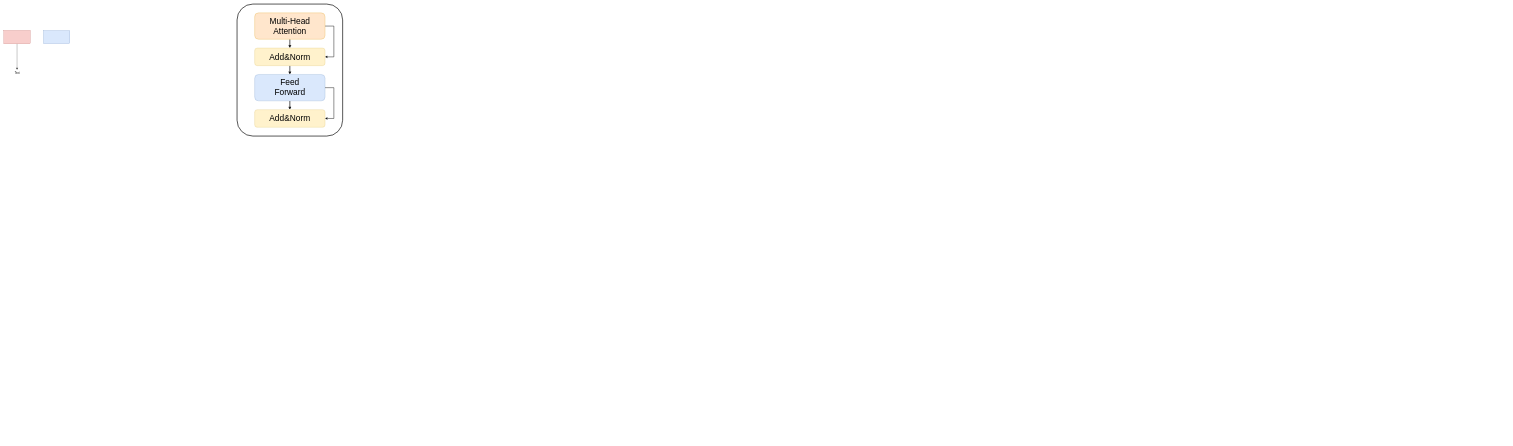
Above: plot.drawio in paprika0741/Plot (draw.io), before the change. Source tidied: cells renumbered, new cells numbered last; positions are measured from the earlier drawing's top-left corner, leaving out a move shared by most shapes. Both pictures are drawn from the tidied source at 22%, with x=0, y=0 at pixel (4, 4).
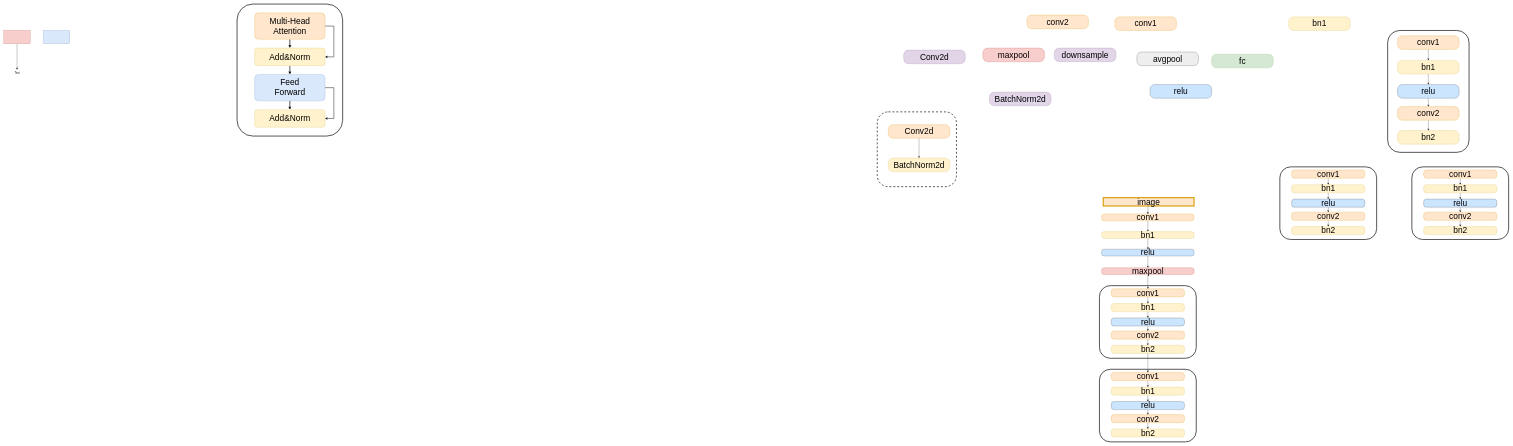
The same page after the edit.

Diff of the diagram source:
```diff
@@
+    <mxCell id="16" style="rounded=1;whiteSpace=wrap;html=1;fillColor=none;strokeWidth=3;" parent="1" vertex="1">
+      <mxGeometry x="6290" y="120" width="370" height="554" as="geometry" />
+    </mxCell>
@@
+    <mxCell id="17" style="rounded=1;whiteSpace=wrap;html=1;fillColor=none;strokeWidth=3;dashed=1;" parent="1" vertex="1">
+      <mxGeometry x="3970" y="490" width="360" height="340" as="geometry" />
+    </mxCell>
+    <mxCell id="18" value="&lt;font style=&quot;font-size: 38px;&quot;&gt;conv1&lt;/font&gt;" style="rounded=1;whiteSpace=wrap;html=1;fillColor=#ffe6cc;strokeColor=#d79b00;arcSize=35;rotation=0;" parent="1" vertex="1">
+      <mxGeometry x="5050" y="58" width="280" height="62" as="geometry" />
+    </mxCell>
+    <mxCell id="19" value="&lt;font style=&quot;font-size: 38px;&quot;&gt;conv2&lt;/font&gt;" style="rounded=1;whiteSpace=wrap;html=1;fillColor=#ffe6cc;strokeColor=#d79b00;arcSize=35;rotation=0;" parent="1" vertex="1">
+      <mxGeometry x="4650" y="50" width="280" height="62" as="geometry" />
+    </mxCell>
+    <mxCell id="20" value="&lt;span style=&quot;font-size: 38px;&quot;&gt;bn1&lt;/span&gt;" style="rounded=1;whiteSpace=wrap;html=1;fillColor=#fff2cc;strokeColor=#d6b656;arcSize=35;rotation=0;" parent="1" vertex="1">
+      <mxGeometry x="5840" y="58" width="280" height="62" as="geometry" />
+    </mxCell>
+    <mxCell id="21" value="&lt;span style=&quot;font-size: 38px;&quot;&gt;bn2&lt;/span&gt;" style="rounded=1;whiteSpace=wrap;html=1;fillColor=#fff2cc;strokeColor=#d6b656;arcSize=35;rotation=0;" parent="1" vertex="1">
+      <mxGeometry x="6335" y="575" width="280" height="62" as="geometry" />
+    </mxCell>
+    <mxCell id="22" value="&lt;span style=&quot;font-size: 38px;&quot;&gt;maxpool&lt;/span&gt;" style="rounded=1;whiteSpace=wrap;html=1;fillColor=#f8cecc;strokeColor=#b85450;arcSize=35;rotation=0;" parent="1" vertex="1">
+      <mxGeometry x="4450" y="200" width="280" height="62" as="geometry" />
+    </mxCell>
+    <mxCell id="23" value="&lt;font style=&quot;font-size: 38px;&quot;&gt;downsample&lt;/font&gt;" style="rounded=1;whiteSpace=wrap;html=1;fillColor=#e1d5e7;strokeColor=#9673a6;arcSize=35;rotation=0;" parent="1" vertex="1">
+      <mxGeometry x="4775" y="200" width="280" height="62" as="geometry" />
+    </mxCell>
+    <mxCell id="24" style="edgeStyle=orthogonalEdgeStyle;rounded=0;jettySize=auto;html=1;exitX=0.5;exitY=1;exitDx=0;exitDy=0;entryX=0.5;entryY=0;entryDx=0;entryDy=0;fontFamily=Helvetica;fontSize=12;fontColor=default;" parent="1" edge="1" source="25" target="26">
+      <mxGeometry relative="1" as="geometry" />
+    </mxCell>
+    <mxCell id="25" value="&lt;span style=&quot;font-size: 38px;&quot;&gt;Conv2d&lt;/span&gt;" style="rounded=1;whiteSpace=wrap;html=1;fillColor=#ffe6cc;strokeColor=#d79b00;arcSize=35;rotation=0;" parent="1" vertex="1">
+      <mxGeometry x="4020" y="548" width="280" height="62" as="geometry" />
+    </mxCell>
+    <mxCell id="26" value="&lt;span style=&quot;font-size: 38px;&quot;&gt;BatchNorm2d&lt;/span&gt;" style="rounded=1;whiteSpace=wrap;html=1;fillColor=#fff2cc;strokeColor=#d6b656;arcSize=35;rotation=0;" parent="1" vertex="1">
+      <mxGeometry x="4020" y="700" width="280" height="62" as="geometry" />
+    </mxCell>
+    <mxCell id="27" value="&lt;span style=&quot;font-size: 38px;&quot;&gt;avgpool&lt;/span&gt;" style="rounded=1;whiteSpace=wrap;html=1;fillColor=#eeeeee;strokeColor=#36393d;arcSize=35;rotation=0;" parent="1" vertex="1">
+      <mxGeometry x="5150" y="218" width="280" height="62" as="geometry" />
+    </mxCell>
+    <mxCell id="28" value="&lt;span style=&quot;font-size: 38px;&quot;&gt;fc&lt;/span&gt;" style="rounded=1;whiteSpace=wrap;html=1;fillColor=#d5e8d4;strokeColor=#82b366;arcSize=35;rotation=0;" parent="1" vertex="1">
+      <mxGeometry x="5490" y="228" width="280" height="62" as="geometry" />
+    </mxCell>
+    <mxCell id="29" value="&lt;span style=&quot;font-size: 38px;&quot;&gt;Conv2d&lt;/span&gt;" style="rounded=1;whiteSpace=wrap;html=1;fillColor=#e1d5e7;strokeColor=#9673a6;arcSize=35;rotation=0;" parent="1" vertex="1">
+      <mxGeometry x="4090" y="209" width="280" height="62" as="geometry" />
+    </mxCell>
+    <mxCell id="30" value="&lt;span style=&quot;font-size: 38px;&quot;&gt;BatchNorm2d&lt;/span&gt;" style="rounded=1;whiteSpace=wrap;html=1;fillColor=#e1d5e7;strokeColor=#9673a6;arcSize=35;rotation=0;" parent="1" vertex="1">
+      <mxGeometry x="4480" y="400" width="280" height="62" as="geometry" />
+    </mxCell>
+    <mxCell id="31" style="edgeStyle=orthogonalEdgeStyle;rounded=0;jettySize=auto;html=1;exitX=0.5;exitY=1;exitDx=0;exitDy=0;entryX=0.5;entryY=0;entryDx=0;entryDy=0;fontFamily=Helvetica;fontSize=12;fontColor=default;" parent="1" edge="1" source="32" target="34">
+      <mxGeometry relative="1" as="geometry" />
+    </mxCell>
+    <mxCell id="32" value="&lt;font style=&quot;font-size: 38px;&quot;&gt;conv1&lt;/font&gt;" style="rounded=1;whiteSpace=wrap;html=1;fillColor=#ffe6cc;strokeColor=#d79b00;arcSize=35;rotation=0;" parent="1" vertex="1">
+      <mxGeometry x="6335" y="144" width="280" height="62" as="geometry" />
+    </mxCell>
+    <mxCell id="33" style="edgeStyle=orthogonalEdgeStyle;rounded=0;jettySize=auto;html=1;exitX=0.5;exitY=1;exitDx=0;exitDy=0;entryX=0.5;entryY=0;entryDx=0;entryDy=0;fontFamily=Helvetica;fontSize=12;fontColor=default;" parent="1" edge="1" source="34" target="38">
+      <mxGeometry relative="1" as="geometry" />
+    </mxCell>
+    <mxCell id="34" value="&lt;span style=&quot;font-size: 38px;&quot;&gt;bn1&lt;/span&gt;" style="rounded=1;whiteSpace=wrap;html=1;fillColor=#fff2cc;strokeColor=#d6b656;arcSize=35;rotation=0;" parent="1" vertex="1">
+      <mxGeometry x="6335" y="256" width="280" height="62" as="geometry" />
+    </mxCell>
+    <mxCell id="35" style="edgeStyle=orthogonalEdgeStyle;rounded=0;jettySize=auto;html=1;exitX=0.5;exitY=1;exitDx=0;exitDy=0;entryX=0.5;entryY=0;entryDx=0;entryDy=0;fontFamily=Helvetica;fontSize=12;fontColor=default;" parent="1" edge="1" source="36" target="21">
+      <mxGeometry relative="1" as="geometry" />
+    </mxCell>
+    <mxCell id="36" value="&lt;font style=&quot;font-size: 38px;&quot;&gt;conv2&lt;/font&gt;" style="rounded=1;whiteSpace=wrap;html=1;fillColor=#ffe6cc;strokeColor=#d79b00;arcSize=35;rotation=0;" parent="1" vertex="1">
+      <mxGeometry x="6335" y="466" width="280" height="62" as="geometry" />
+    </mxCell>
+    <mxCell id="37" style="edgeStyle=orthogonalEdgeStyle;rounded=0;jettySize=auto;html=1;exitX=0.5;exitY=1;exitDx=0;exitDy=0;entryX=0.5;entryY=0;entryDx=0;entryDy=0;fontFamily=Helvetica;fontSize=12;fontColor=default;" parent="1" edge="1" source="38" target="36">
+      <mxGeometry relative="1" as="geometry" />
+    </mxCell>
+    <mxCell id="38" value="&lt;span style=&quot;font-size: 38px;&quot;&gt;relu&lt;/span&gt;" style="rounded=1;whiteSpace=wrap;html=1;fillColor=#cce5ff;strokeColor=#36393d;arcSize=35;rotation=0;" parent="1" vertex="1">
+      <mxGeometry x="6335" y="366" width="280" height="62" as="geometry" />
+    </mxCell>
+    <mxCell id="39" style="group;" parent="1" vertex="1">
+      <mxGeometry x="5800" y="740" width="440" height="330" as="geometry" />
+    </mxCell>
+    <mxCell id="40" style="rounded=1;whiteSpace=wrap;html=1;fillColor=none;strokeWidth=3;" parent="39" vertex="1">
+      <mxGeometry width="440" height="330" as="geometry" />
+    </mxCell>
+    <mxCell id="41" value="&lt;span style=&quot;font-size: 38px;&quot;&gt;bn2&lt;/span&gt;" style="rounded=1;whiteSpace=wrap;html=1;fillColor=#fff2cc;strokeColor=#d6b656;arcSize=35;rotation=0;" parent="39" vertex="1">
+      <mxGeometry x="53.5" y="271" width="333" height="36.9" as="geometry" />
+    </mxCell>
+    <mxCell id="42" style="edgeStyle=orthogonalEdgeStyle;rounded=0;jettySize=auto;html=1;exitX=0.5;exitY=1;exitDx=0;exitDy=0;entryX=0.5;entryY=0;entryDx=0;entryDy=0;fontFamily=Helvetica;fontSize=12;fontColor=default;" parent="39" edge="1" source="43" target="45">
+      <mxGeometry relative="1" as="geometry" />
+    </mxCell>
+    <mxCell id="43" value="&lt;font style=&quot;font-size: 38px;&quot;&gt;conv1&lt;/font&gt;" style="rounded=1;whiteSpace=wrap;html=1;fillColor=#ffe6cc;strokeColor=#d79b00;arcSize=35;rotation=0;" parent="39" vertex="1">
+      <mxGeometry x="53.5" y="14.3" width="333" height="36.9" as="geometry" />
+    </mxCell>
+    <mxCell id="44" style="edgeStyle=orthogonalEdgeStyle;rounded=0;jettySize=auto;html=1;exitX=0.5;exitY=1;exitDx=0;exitDy=0;entryX=0.5;entryY=0;entryDx=0;entryDy=0;fontFamily=Helvetica;fontSize=12;fontColor=default;" parent="39" edge="1" source="45" target="49">
+      <mxGeometry relative="1" as="geometry" />
+    </mxCell>
+    <mxCell id="45" value="&lt;span style=&quot;font-size: 38px;&quot;&gt;bn1&lt;/span&gt;" style="rounded=1;whiteSpace=wrap;html=1;fillColor=#fff2cc;strokeColor=#d6b656;arcSize=35;rotation=0;" parent="39" vertex="1">
+      <mxGeometry x="53.5" y="81" width="333" height="36.9" as="geometry" />
+    </mxCell>
+    <mxCell id="46" style="edgeStyle=orthogonalEdgeStyle;rounded=0;jettySize=auto;html=1;exitX=0.5;exitY=1;exitDx=0;exitDy=0;entryX=0.5;entryY=0;entryDx=0;entryDy=0;fontFamily=Helvetica;fontSize=12;fontColor=default;" parent="39" edge="1" source="47" target="41">
+      <mxGeometry relative="1" as="geometry" />
+    </mxCell>
+    <mxCell id="47" value="&lt;font style=&quot;font-size: 38px;&quot;&gt;conv2&lt;/font&gt;" style="rounded=1;whiteSpace=wrap;html=1;fillColor=#ffe6cc;strokeColor=#d79b00;arcSize=35;rotation=0;" parent="39" vertex="1">
+      <mxGeometry x="53.5" y="206.1" width="333" height="36.9" as="geometry" />
+    </mxCell>
+    <mxCell id="48" style="edgeStyle=orthogonalEdgeStyle;rounded=0;jettySize=auto;html=1;exitX=0.5;exitY=1;exitDx=0;exitDy=0;entryX=0.5;entryY=0;entryDx=0;entryDy=0;fontFamily=Helvetica;fontSize=12;fontColor=default;" parent="39" edge="1" source="49" target="47">
+      <mxGeometry relative="1" as="geometry" />
+    </mxCell>
+    <mxCell id="49" value="&lt;span style=&quot;font-size: 38px;&quot;&gt;relu&lt;/span&gt;" style="rounded=1;whiteSpace=wrap;html=1;fillColor=#cce5ff;strokeColor=#36393d;arcSize=35;rotation=0;" parent="39" vertex="1">
+      <mxGeometry x="53.5" y="146.5" width="333" height="36.9" as="geometry" />
+    </mxCell>
+    <mxCell id="50" style="group;" parent="1" vertex="1">
+      <mxGeometry x="6400" y="740" width="440" height="330" as="geometry" />
+    </mxCell>
+    <mxCell id="51" style="rounded=1;whiteSpace=wrap;html=1;fillColor=none;strokeWidth=3;" parent="50" vertex="1">
+      <mxGeometry width="440" height="330" as="geometry" />
+    </mxCell>
+    <mxCell id="52" value="&lt;span style=&quot;font-size: 38px;&quot;&gt;bn2&lt;/span&gt;" style="rounded=1;whiteSpace=wrap;html=1;fillColor=#fff2cc;strokeColor=#d6b656;arcSize=35;rotation=0;" parent="50" vertex="1">
+      <mxGeometry x="53.5" y="271" width="333" height="36.9" as="geometry" />
+    </mxCell>
+    <mxCell id="53" style="edgeStyle=orthogonalEdgeStyle;rounded=0;jettySize=auto;html=1;exitX=0.5;exitY=1;exitDx=0;exitDy=0;entryX=0.5;entryY=0;entryDx=0;entryDy=0;fontFamily=Helvetica;fontSize=12;fontColor=default;" parent="50" edge="1" source="54" target="56">
+      <mxGeometry relative="1" as="geometry" />
+    </mxCell>
+    <mxCell id="54" value="&lt;font style=&quot;font-size: 38px;&quot;&gt;conv1&lt;/font&gt;" style="rounded=1;whiteSpace=wrap;html=1;fillColor=#ffe6cc;strokeColor=#d79b00;arcSize=35;rotation=0;" parent="50" vertex="1">
+      <mxGeometry x="53.5" y="14.3" width="333" height="36.9" as="geometry" />
+    </mxCell>
+    <mxCell id="55" style="edgeStyle=orthogonalEdgeStyle;rounded=0;jettySize=auto;html=1;exitX=0.5;exitY=1;exitDx=0;exitDy=0;entryX=0.5;entryY=0;entryDx=0;entryDy=0;fontFamily=Helvetica;fontSize=12;fontColor=default;" parent="50" edge="1" source="56" target="60">
+      <mxGeometry relative="1" as="geometry" />
+    </mxCell>
+    <mxCell id="56" value="&lt;span style=&quot;font-size: 38px;&quot;&gt;bn1&lt;/span&gt;" style="rounded=1;whiteSpace=wrap;html=1;fillColor=#fff2cc;strokeColor=#d6b656;arcSize=35;rotation=0;" parent="50" vertex="1">
+      <mxGeometry x="53.5" y="81" width="333" height="36.9" as="geometry" />
+    </mxCell>
+    <mxCell id="57" style="edgeStyle=orthogonalEdgeStyle;rounded=0;jettySize=auto;html=1;exitX=0.5;exitY=1;exitDx=0;exitDy=0;entryX=0.5;entryY=0;entryDx=0;entryDy=0;fontFamily=Helvetica;fontSize=12;fontColor=default;" parent="50" edge="1" source="58" target="52">
+      <mxGeometry relative="1" as="geometry" />
+    </mxCell>
+    <mxCell id="58" value="&lt;font style=&quot;font-size: 38px;&quot;&gt;conv2&lt;/font&gt;" style="rounded=1;whiteSpace=wrap;html=1;fillColor=#ffe6cc;strokeColor=#d79b00;arcSize=35;rotation=0;" parent="50" vertex="1">
+      <mxGeometry x="53.5" y="206.1" width="333" height="36.9" as="geometry" />
+    </mxCell>
+    <mxCell id="59" style="edgeStyle=orthogonalEdgeStyle;rounded=0;jettySize=auto;html=1;exitX=0.5;exitY=1;exitDx=0;exitDy=0;entryX=0.5;entryY=0;entryDx=0;entryDy=0;fontFamily=Helvetica;fontSize=12;fontColor=default;" parent="50" edge="1" source="60" target="58">
+      <mxGeometry relative="1" as="geometry" />
+    </mxCell>
+    <mxCell id="60" value="&lt;span style=&quot;font-size: 38px;&quot;&gt;relu&lt;/span&gt;" style="rounded=1;whiteSpace=wrap;html=1;fillColor=#cce5ff;strokeColor=#36393d;arcSize=35;rotation=0;" parent="50" vertex="1">
+      <mxGeometry x="53.5" y="146.5" width="333" height="36.9" as="geometry" />
+    </mxCell>
+    <mxCell id="61" value="&lt;span style=&quot;font-size: 38px;&quot;&gt;relu&lt;/span&gt;" style="rounded=1;whiteSpace=wrap;html=1;fillColor=#cce5ff;strokeColor=#36393d;arcSize=35;rotation=0;" parent="1" vertex="1">
+      <mxGeometry x="5210" y="366" width="280" height="62" as="geometry" />
+    </mxCell>
+    <mxCell id="62" style="group;rotation=0;" parent="1" vertex="1">
+      <mxGeometry x="4990" y="880" width="420" height="350" as="geometry" />
+    </mxCell>
+    <mxCell id="63" style="edgeStyle=orthogonalEdgeStyle;rounded=0;jettySize=auto;html=1;exitX=0.5;exitY=1;exitDx=0;exitDy=0;fontFamily=Helvetica;fontSize=12;fontColor=default;" parent="62" edge="1" source="64" target="66">
+      <mxGeometry relative="1" as="geometry" />
+    </mxCell>
+    <mxCell id="64" value="&lt;font style=&quot;font-size: 38px;&quot;&gt;conv1&lt;/font&gt;" style="rounded=1;whiteSpace=wrap;html=1;fillColor=#ffe6cc;strokeColor=#d79b00;arcSize=35;rotation=0;" parent="62" vertex="1">
+      <mxGeometry y="74.3" width="420" height="30.9" as="geometry" />
+    </mxCell>
+    <mxCell id="65" style="edgeStyle=orthogonalEdgeStyle;rounded=0;jettySize=auto;html=1;exitX=0.5;exitY=1;exitDx=0;exitDy=0;fontFamily=Helvetica;fontSize=12;fontColor=default;" parent="62" edge="1" source="66" target="68">
+      <mxGeometry relative="1" as="geometry" />
+    </mxCell>
+    <mxCell id="66" value="&lt;span style=&quot;font-size: 38px;&quot;&gt;bn1&lt;/span&gt;" style="rounded=1;whiteSpace=wrap;html=1;fillColor=#fff2cc;strokeColor=#d6b656;arcSize=35;rotation=0;" parent="62" vertex="1">
+      <mxGeometry y="154.3" width="420" height="30.9" as="geometry" />
+    </mxCell>
+    <mxCell id="67" style="edgeStyle=orthogonalEdgeStyle;rounded=0;jettySize=auto;html=1;exitX=0.5;exitY=1;exitDx=0;exitDy=0;fontFamily=Helvetica;fontSize=12;fontColor=default;" parent="62" edge="1" source="68" target="69">
+      <mxGeometry relative="1" as="geometry" />
+    </mxCell>
+    <mxCell id="68" value="&lt;span style=&quot;font-size: 38px;&quot;&gt;relu&lt;/span&gt;" style="rounded=1;whiteSpace=wrap;html=1;fillColor=#cce5ff;strokeColor=#36393d;arcSize=35;rotation=0;" parent="62" vertex="1">
+      <mxGeometry y="234.3" width="420" height="30.9" as="geometry" />
+    </mxCell>
+    <mxCell id="69" value="&lt;span style=&quot;font-size: 38px;&quot;&gt;maxpool&lt;/span&gt;" style="rounded=1;whiteSpace=wrap;html=1;fillColor=#f8cecc;strokeColor=#b85450;arcSize=35;rotation=0;" parent="62" vertex="1">
+      <mxGeometry y="318.6" width="420" height="30.9" as="geometry" />
+    </mxCell>
+    <mxCell id="70" style="edgeStyle=orthogonalEdgeStyle;rounded=0;jettySize=auto;html=1;exitX=0.5;exitY=1;exitDx=0;exitDy=0;entryX=0.5;entryY=0;entryDx=0;entryDy=0;fontFamily=Helvetica;fontSize=12;fontColor=default;" parent="62" edge="1" source="71" target="64">
+      <mxGeometry relative="1" as="geometry" />
+    </mxCell>
+    <mxCell id="71" value="&lt;font style=&quot;font-size: 38px;&quot;&gt;image&lt;/font&gt;" style="rounded=0;whiteSpace=wrap;html=1;strokeColor=#d79b00;align=center;verticalAlign=middle;arcSize=35;fontFamily=Helvetica;fontSize=12;fontColor=default;fillColor=#ffe6cc;strokeWidth=5;rotation=0;" parent="62" vertex="1">
+      <mxGeometry x="7.3" width="412.7" height="37.8" as="geometry" />
+    </mxCell>
+    <mxCell id="72" style="group;" parent="1" vertex="1">
+      <mxGeometry x="4980" y="1280" width="440" height="330" as="geometry" />
+    </mxCell>
+    <mxCell id="73" style="rounded=1;whiteSpace=wrap;html=1;fillColor=none;strokeWidth=3;" parent="72" vertex="1">
+      <mxGeometry width="440" height="330" as="geometry" />
+    </mxCell>
+    <mxCell id="74" value="&lt;span style=&quot;font-size: 38px;&quot;&gt;bn2&lt;/span&gt;" style="rounded=1;whiteSpace=wrap;html=1;fillColor=#fff2cc;strokeColor=#d6b656;arcSize=35;rotation=0;" parent="72" vertex="1">
+      <mxGeometry x="53.5" y="271" width="333" height="36.9" as="geometry" />
+    </mxCell>
+    <mxCell id="75" style="edgeStyle=orthogonalEdgeStyle;rounded=0;jettySize=auto;html=1;exitX=0.5;exitY=1;exitDx=0;exitDy=0;entryX=0.5;entryY=0;entryDx=0;entryDy=0;fontFamily=Helvetica;fontSize=12;fontColor=default;" parent="72" edge="1" source="76" target="78">
+      <mxGeometry relative="1" as="geometry" />
+    </mxCell>
+    <mxCell id="76" value="&lt;font style=&quot;font-size: 38px;&quot;&gt;conv1&lt;/font&gt;" style="rounded=1;whiteSpace=wrap;html=1;fillColor=#ffe6cc;strokeColor=#d79b00;arcSize=35;rotation=0;" parent="72" vertex="1">
+      <mxGeometry x="53.5" y="14.3" width="333" height="36.9" as="geometry" />
+    </mxCell>
+    <mxCell id="77" style="edgeStyle=orthogonalEdgeStyle;rounded=0;jettySize=auto;html=1;exitX=0.5;exitY=1;exitDx=0;exitDy=0;entryX=0.5;entryY=0;entryDx=0;entryDy=0;fontFamily=Helvetica;fontSize=12;fontColor=default;" parent="72" edge="1" source="78" target="82">
+      <mxGeometry relative="1" as="geometry" />
+    </mxCell>
+    <mxCell id="78" value="&lt;span style=&quot;font-size: 38px;&quot;&gt;bn1&lt;/span&gt;" style="rounded=1;whiteSpace=wrap;html=1;fillColor=#fff2cc;strokeColor=#d6b656;arcSize=35;rotation=0;" parent="72" vertex="1">
+      <mxGeometry x="53.5" y="81" width="333" height="36.9" as="geometry" />
+    </mxCell>
+    <mxCell id="79" style="edgeStyle=orthogonalEdgeStyle;rounded=0;jettySize=auto;html=1;exitX=0.5;exitY=1;exitDx=0;exitDy=0;entryX=0.5;entryY=0;entryDx=0;entryDy=0;fontFamily=Helvetica;fontSize=12;fontColor=default;" parent="72" edge="1" source="80" target="74">
+      <mxGeometry relative="1" as="geometry" />
+    </mxCell>
+    <mxCell id="80" value="&lt;font style=&quot;font-size: 38px;&quot;&gt;conv2&lt;/font&gt;" style="rounded=1;whiteSpace=wrap;html=1;fillColor=#ffe6cc;strokeColor=#d79b00;arcSize=35;rotation=0;" parent="72" vertex="1">
+      <mxGeometry x="53.5" y="206.1" width="333" height="36.9" as="geometry" />
+    </mxCell>
+    <mxCell id="81" style="edgeStyle=orthogonalEdgeStyle;rounded=0;jettySize=auto;html=1;exitX=0.5;exitY=1;exitDx=0;exitDy=0;entryX=0.5;entryY=0;entryDx=0;entryDy=0;fontFamily=Helvetica;fontSize=12;fontColor=default;" parent="72" edge="1" source="82" target="80">
+      <mxGeometry relative="1" as="geometry" />
+    </mxCell>
+    <mxCell id="82" value="&lt;span style=&quot;font-size: 38px;&quot;&gt;relu&lt;/span&gt;" style="rounded=1;whiteSpace=wrap;html=1;fillColor=#cce5ff;strokeColor=#36393d;arcSize=35;rotation=0;" parent="72" vertex="1">
+      <mxGeometry x="53.5" y="146.5" width="333" height="36.9" as="geometry" />
+    </mxCell>
+    <mxCell id="83" style="edgeStyle=orthogonalEdgeStyle;rounded=0;jettySize=auto;html=1;exitX=0.5;exitY=1;exitDx=0;exitDy=0;entryX=0.5;entryY=0;entryDx=0;entryDy=0;fontFamily=Helvetica;fontSize=12;fontColor=default;" parent="1" edge="1" source="69" target="76">
+      <mxGeometry relative="1" as="geometry" />
+    </mxCell>
+    <mxCell id="84" style="group;" parent="1" vertex="1">
+      <mxGeometry x="4980" y="1660" width="440" height="330" as="geometry" />
+    </mxCell>
+    <mxCell id="85" style="rounded=1;whiteSpace=wrap;html=1;fillColor=none;strokeWidth=3;" parent="84" vertex="1">
+      <mxGeometry width="440" height="330" as="geometry" />
+    </mxCell>
+    <mxCell id="86" value="&lt;span style=&quot;font-size: 38px;&quot;&gt;bn2&lt;/span&gt;" style="rounded=1;whiteSpace=wrap;html=1;fillColor=#fff2cc;strokeColor=#d6b656;arcSize=35;rotation=0;" parent="84" vertex="1">
+      <mxGeometry x="53.5" y="271" width="333" height="36.9" as="geometry" />
+    </mxCell>
+    <mxCell id="87" style="edgeStyle=orthogonalEdgeStyle;rounded=0;jettySize=auto;html=1;exitX=0.5;exitY=1;exitDx=0;exitDy=0;entryX=0.5;entryY=0;entryDx=0;entryDy=0;fontFamily=Helvetica;fontSize=12;fontColor=default;" parent="84" edge="1" source="88" target="90">
+      <mxGeometry relative="1" as="geometry" />
+    </mxCell>
+    <mxCell id="88" value="&lt;font style=&quot;font-size: 38px;&quot;&gt;conv1&lt;/font&gt;" style="rounded=1;whiteSpace=wrap;html=1;fillColor=#ffe6cc;strokeColor=#d79b00;arcSize=35;rotation=0;" parent="84" vertex="1">
+      <mxGeometry x="53.5" y="14.3" width="333" height="36.9" as="geometry" />
+    </mxCell>
+    <mxCell id="89" style="edgeStyle=orthogonalEdgeStyle;rounded=0;jettySize=auto;html=1;exitX=0.5;exitY=1;exitDx=0;exitDy=0;entryX=0.5;entryY=0;entryDx=0;entryDy=0;fontFamily=Helvetica;fontSize=12;fontColor=default;" parent="84" edge="1" source="90" target="94">
+      <mxGeometry relative="1" as="geometry" />
+    </mxCell>
+    <mxCell id="90" value="&lt;span style=&quot;font-size: 38px;&quot;&gt;bn1&lt;/span&gt;" style="rounded=1;whiteSpace=wrap;html=1;fillColor=#fff2cc;strokeColor=#d6b656;arcSize=35;rotation=0;" parent="84" vertex="1">
+      <mxGeometry x="53.5" y="81" width="333" height="36.9" as="geometry" />
+    </mxCell>
+    <mxCell id="91" style="edgeStyle=orthogonalEdgeStyle;rounded=0;jettySize=auto;html=1;exitX=0.5;exitY=1;exitDx=0;exitDy=0;entryX=0.5;entryY=0;entryDx=0;entryDy=0;fontFamily=Helvetica;fontSize=12;fontColor=default;" parent="84" edge="1" source="92" target="86">
+      <mxGeometry relative="1" as="geometry" />
+    </mxCell>
+    <mxCell id="92" value="&lt;font style=&quot;font-size: 38px;&quot;&gt;conv2&lt;/font&gt;" style="rounded=1;whiteSpace=wrap;html=1;fillColor=#ffe6cc;strokeColor=#d79b00;arcSize=35;rotation=0;" parent="84" vertex="1">
+      <mxGeometry x="53.5" y="206.1" width="333" height="36.9" as="geometry" />
+    </mxCell>
+    <mxCell id="93" style="edgeStyle=orthogonalEdgeStyle;rounded=0;jettySize=auto;html=1;exitX=0.5;exitY=1;exitDx=0;exitDy=0;entryX=0.5;entryY=0;entryDx=0;entryDy=0;fontFamily=Helvetica;fontSize=12;fontColor=default;" parent="84" edge="1" source="94" target="92">
+      <mxGeometry relative="1" as="geometry" />
+    </mxCell>
+    <mxCell id="94" value="&lt;span style=&quot;font-size: 38px;&quot;&gt;relu&lt;/span&gt;" style="rounded=1;whiteSpace=wrap;html=1;fillColor=#cce5ff;strokeColor=#36393d;arcSize=35;rotation=0;" parent="84" vertex="1">
+      <mxGeometry x="53.5" y="146.5" width="333" height="36.9" as="geometry" />
+    </mxCell>
+    <mxCell id="95" style="edgeStyle=orthogonalEdgeStyle;rounded=0;jettySize=auto;html=1;exitX=0.5;exitY=1;exitDx=0;exitDy=0;entryX=0.5;entryY=0;entryDx=0;entryDy=0;fontFamily=Helvetica;fontSize=12;fontColor=default;" parent="1" edge="1" source="74" target="88">
+      <mxGeometry relative="1" as="geometry" />
+    </mxCell>
```
